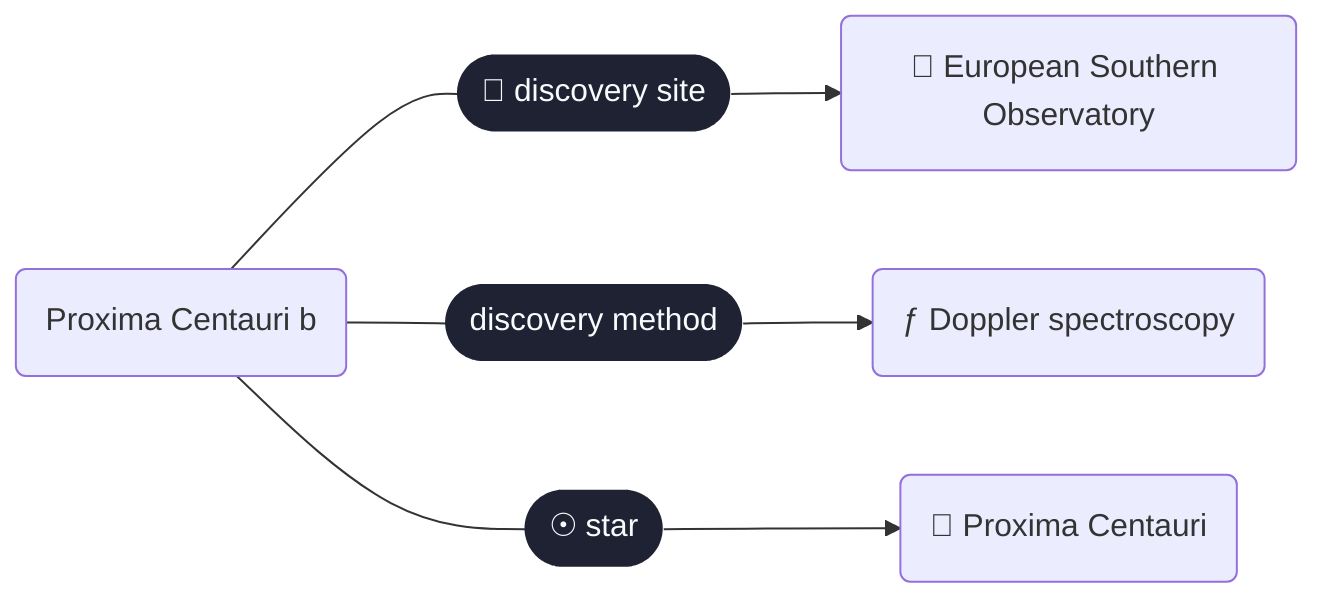
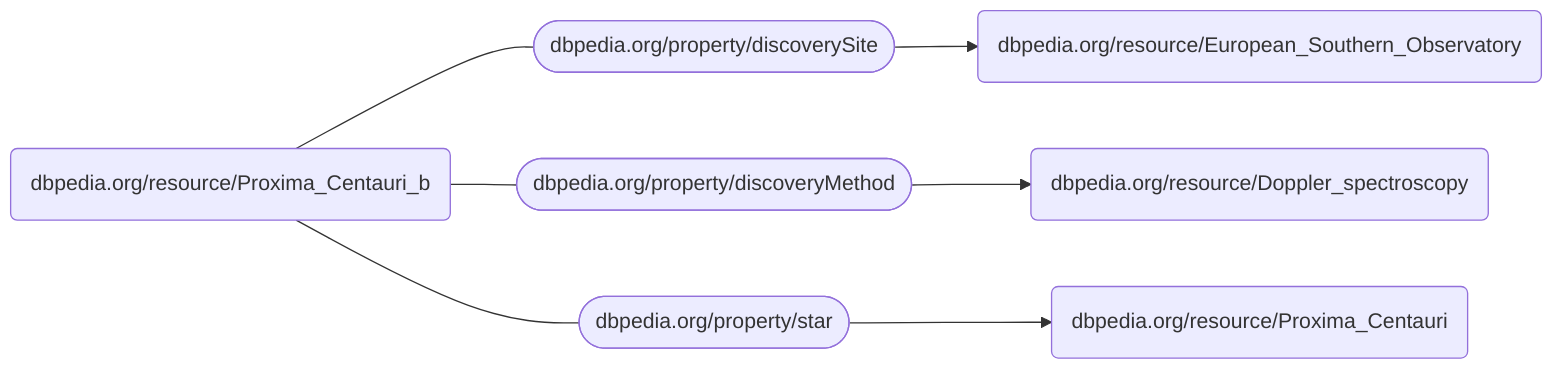
graph LR
-   http___dbpedia_org_resource_Proxima_Centauri_b("Proxima Centauri b")
+   http___dbpedia_org_resource_Proxima_Centauri_b("dbpedia.org/resource/Proxima_Centauri_b")
  click http___dbpedia_org_resource_Proxima_Centauri_b "http://dbpedia.org/resource/Proxima_Centauri_b"
-   http___dbpedia_org_resource_European_Southern_Observatory("🔭 European Southern Observatory")
+   http___dbpedia_org_resource_European_Southern_Observatory("dbpedia.org/resource/European_Southern_Observatory")
  click http___dbpedia_org_resource_European_Southern_Observatory "http://dbpedia.org/resource/European_Southern_Observatory"
-   http___dbpedia_org_resource_Doppler_spectroscopy("ƒ Doppler spectroscopy")
+   http___dbpedia_org_resource_Doppler_spectroscopy("dbpedia.org/resource/Doppler_spectroscopy")
  click http___dbpedia_org_resource_Doppler_spectroscopy "http://dbpedia.org/resource/Doppler_spectroscopy"
-   http___dbpedia_org_resource_Proxima_Centauri("🔴 Proxima Centauri")
+   http___dbpedia_org_resource_Proxima_Centauri("dbpedia.org/resource/Proxima_Centauri")
  click http___dbpedia_org_resource_Proxima_Centauri "http://dbpedia.org/resource/Proxima_Centauri"
-   http___dbpedia_org_resource_Proxima_Centauri_b --- Edge_b057205bcac1(["📍 discovery site"])--> http___dbpedia_org_resource_European_Southern_Observatory
+   http___dbpedia_org_resource_Proxima_Centauri_b --- Edge_b057205bcac1(["dbpedia.org/property/discoverySite"])--> http___dbpedia_org_resource_European_Southern_Observatory
  click Edge_b057205bcac1 "http://dbpedia.org/property/discoverySite"
-   http___dbpedia_org_resource_Proxima_Centauri_b --- Edge_d11d2061f7bd(["discovery method"])--> http___dbpedia_org_resource_Doppler_spectroscopy
+   http___dbpedia_org_resource_Proxima_Centauri_b --- Edge_d11d2061f7bd(["dbpedia.org/property/discoveryMethod"])--> http___dbpedia_org_resource_Doppler_spectroscopy
  click Edge_d11d2061f7bd "http://dbpedia.org/property/discoveryMethod"
-   http___dbpedia_org_resource_Proxima_Centauri_b --- Edge_d03b11f4404f(["☉ star"])--> http___dbpedia_org_resource_Proxima_Centauri
+   http___dbpedia_org_resource_Proxima_Centauri_b --- Edge_d03b11f4404f(["dbpedia.org/property/star"])--> http___dbpedia_org_resource_Proxima_Centauri
  click Edge_d03b11f4404f "http://dbpedia.org/property/star"
  classDef predicate fill:#1f2233,stroke:transparent,color:#f8fafc,stroke-width:0px;
  classDef hidden fill:transparent,stroke:transparent,color:transparent,stroke-width:0px;
  classDef nanopubdot fill:#0f172a,stroke:#0f172a,color:transparent,stroke-width:2px;
  classDef transparent fill:transparent,stroke:transparent,color:transparent,stroke-width:0px;
-   class Edge_b057205bcac1,Edge_d11d2061f7bd,Edge_d03b11f4404f predicate
+ 
